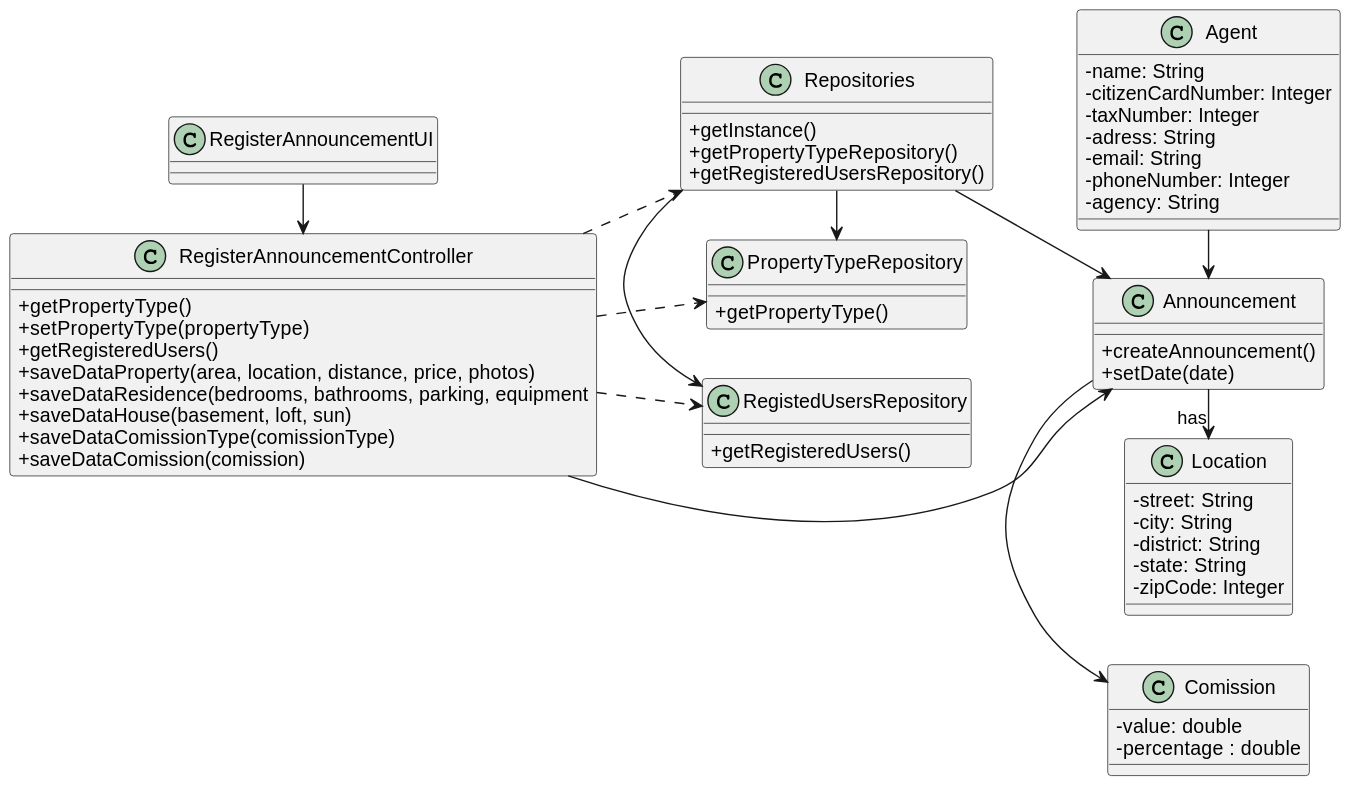
The PlantUML diagram docs/sprintB/us002/03.design/svg/us002-class-diagram.svg in 1220812/LAPR2, before a commit. The source it was exported from:
```plantuml
@startuml
skinparam packageStyle rectangle
skinparam shadowing false
skinparam linetype polyline
skinparam linetype orto

skinparam classAttributeIconSize 0

left to right direction

class RegisterAnnouncementUI

class RegisterAnnouncementController
{
    +getPropertyType()
    +setPropertyType(propertyType)
    +getRegisteredUsers()
    +saveDataProperty(area, location, distance, price, photos)
    +saveDataResidence(bedrooms, bathrooms, parking, equipment
    +saveDataHouse(basement, loft, sun)
    +saveDataComissionType(comissionType)
    +saveDataComission(comission)
}

class Repositories
{
    +getInstance()
    +getPropertyTypeRepository()
    +getRegisteredUsersRepository()
}

class PropertyTypeRepository
{
    +getPropertyType()
}

class RegistedUsersRepository
{
    +getRegisteredUsers()
}

class Announcement
{
    +createAnnouncement()
    +setDate(date)
}

class Comission
{
    -value: double
    -percentage : double
}

class Agent
{
    -name: String
    -citizenCardNumber: Integer
    -taxNumber: Integer
    -adress: String
    -email: String
    -phoneNumber: Integer
    -agency: String
}

Class Location
{
    -street: String
    -city: String
    -district: String
    -state: String
    -zipCode: Integer
}



RegisterAnnouncementUI -> RegisterAnnouncementController
RegisterAnnouncementController .> Repositories
Repositories -> Announcement
Repositories -> RegistedUsersRepository
Repositories -> PropertyTypeRepository
RegisterAnnouncementController ---> Announcement
RegisterAnnouncementController ..> RegistedUsersRepository
RegisterAnnouncementController ..> PropertyTypeRepository
Agent -> Announcement
Announcement -> Comission
Announcement -> "has" Location
@enduml
```
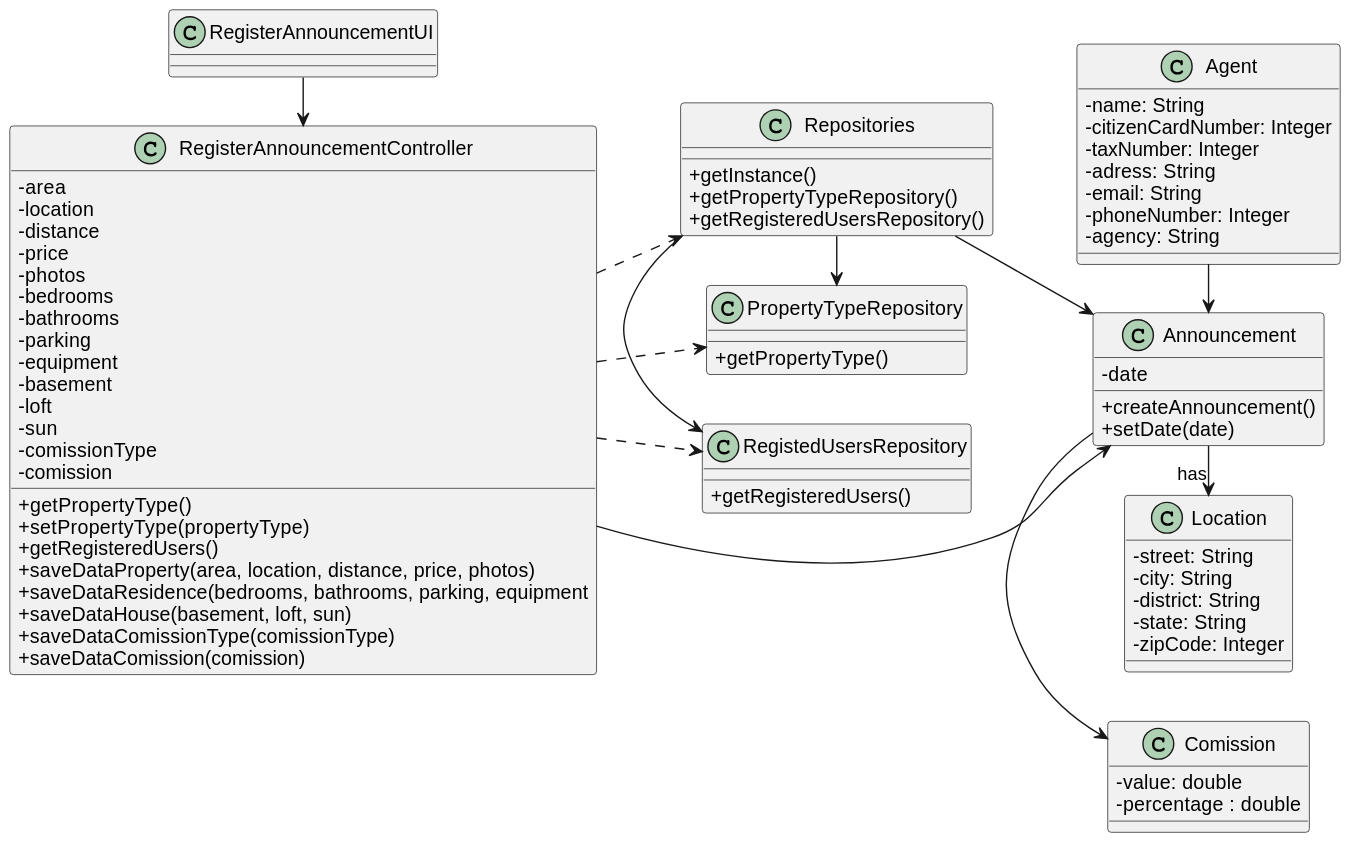
Above is the later version.

Change to the diagram source:
```diff
@@ -12,6 +12,20 @@
 
 class RegisterAnnouncementController
 {
+    -area
+    -location
+    -distance
+    -price
+    -photos
+    -bedrooms
+    -bathrooms
+    -parking
+    -equipment
+    -basement
+    -loft
+    -sun
+    -comissionType
+    -comission
     +getPropertyType()
     +setPropertyType(propertyType)
     +getRegisteredUsers()
@@ -41,6 +55,7 @@
 
 class Announcement
 {
+    -date
     +createAnnouncement()
     +setDate(date)
 }
```
